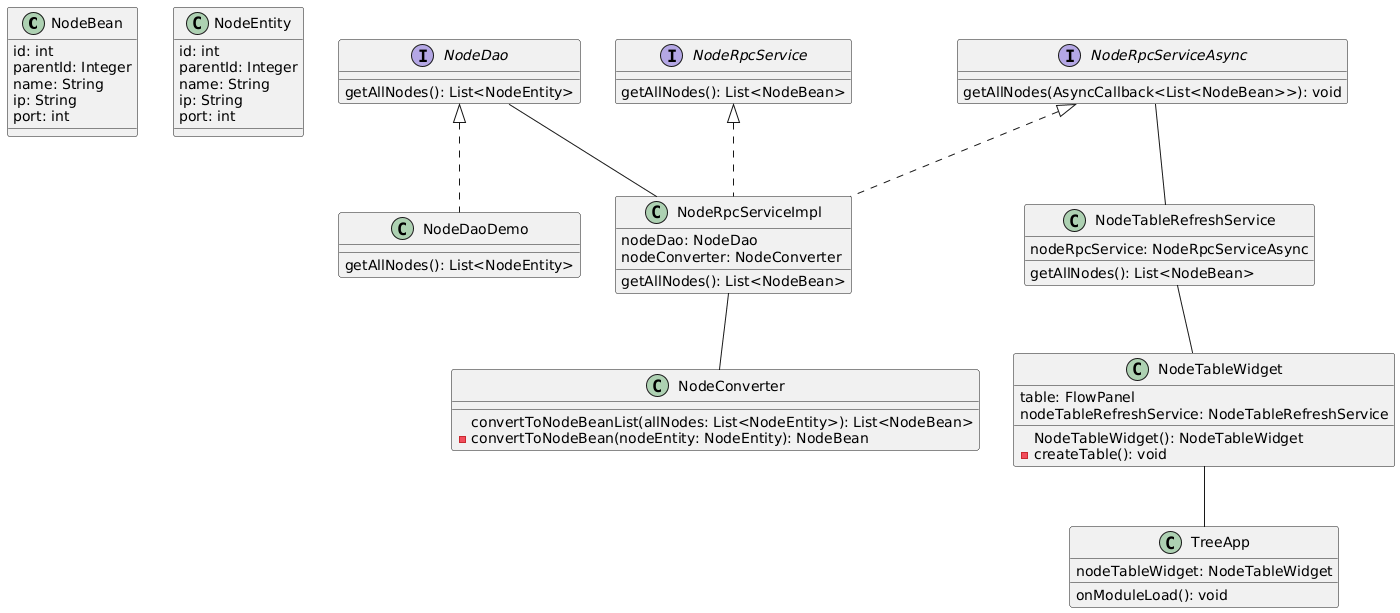
Earlier version of the PlantUML export docs/class-diagram.png (dbespa/gwt-tree).
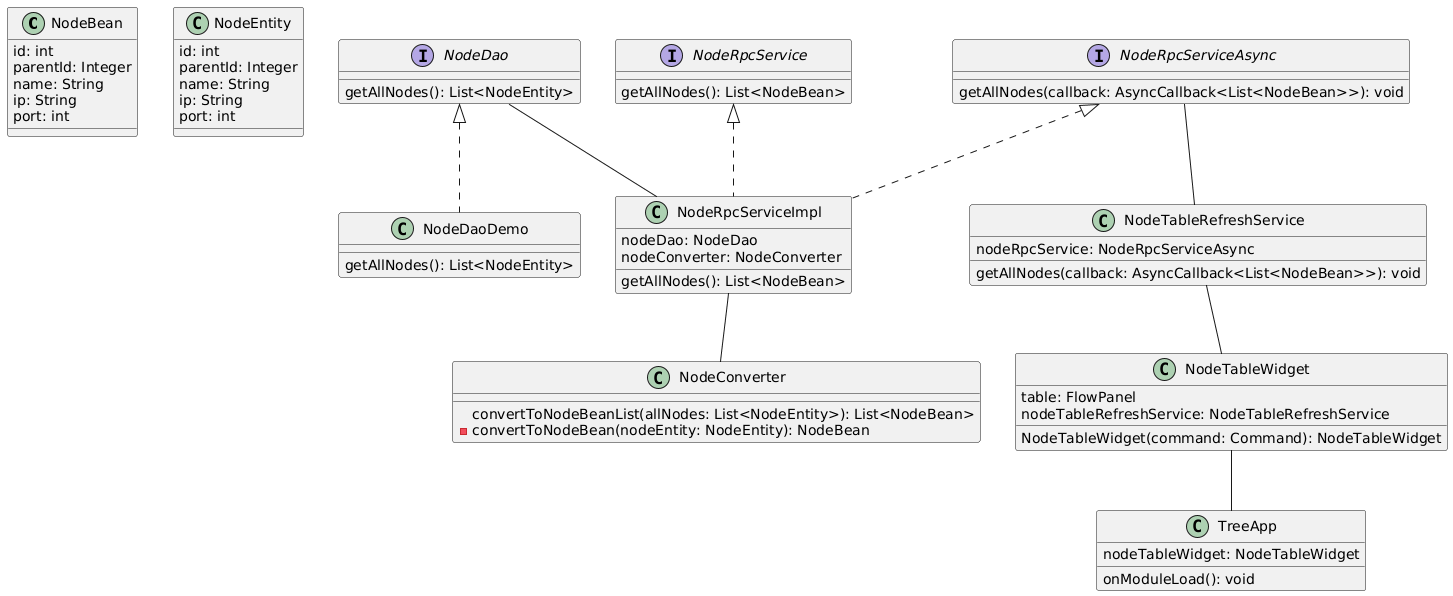
After the commit.

The edit, as a diff of the source:
```diff
@@ -40,21 +40,20 @@
 }
 
 interface NodeRpcServiceAsync {
-    getAllNodes(AsyncCallback<List<NodeBean>>): void
+    getAllNodes(callback: AsyncCallback<List<NodeBean>>): void
 }
 
 class NodeTableRefreshService {
     nodeRpcService: NodeRpcServiceAsync
 
-    getAllNodes(): List<NodeBean>
+    getAllNodes(callback: AsyncCallback<List<NodeBean>>): void
 }
 
 class NodeTableWidget {
     table: FlowPanel
     nodeTableRefreshService: NodeTableRefreshService
 
-    NodeTableWidget(): NodeTableWidget
-    -createTable(): void
+    NodeTableWidget(command: Command): NodeTableWidget
 }
 
 class TreeApp {
```
